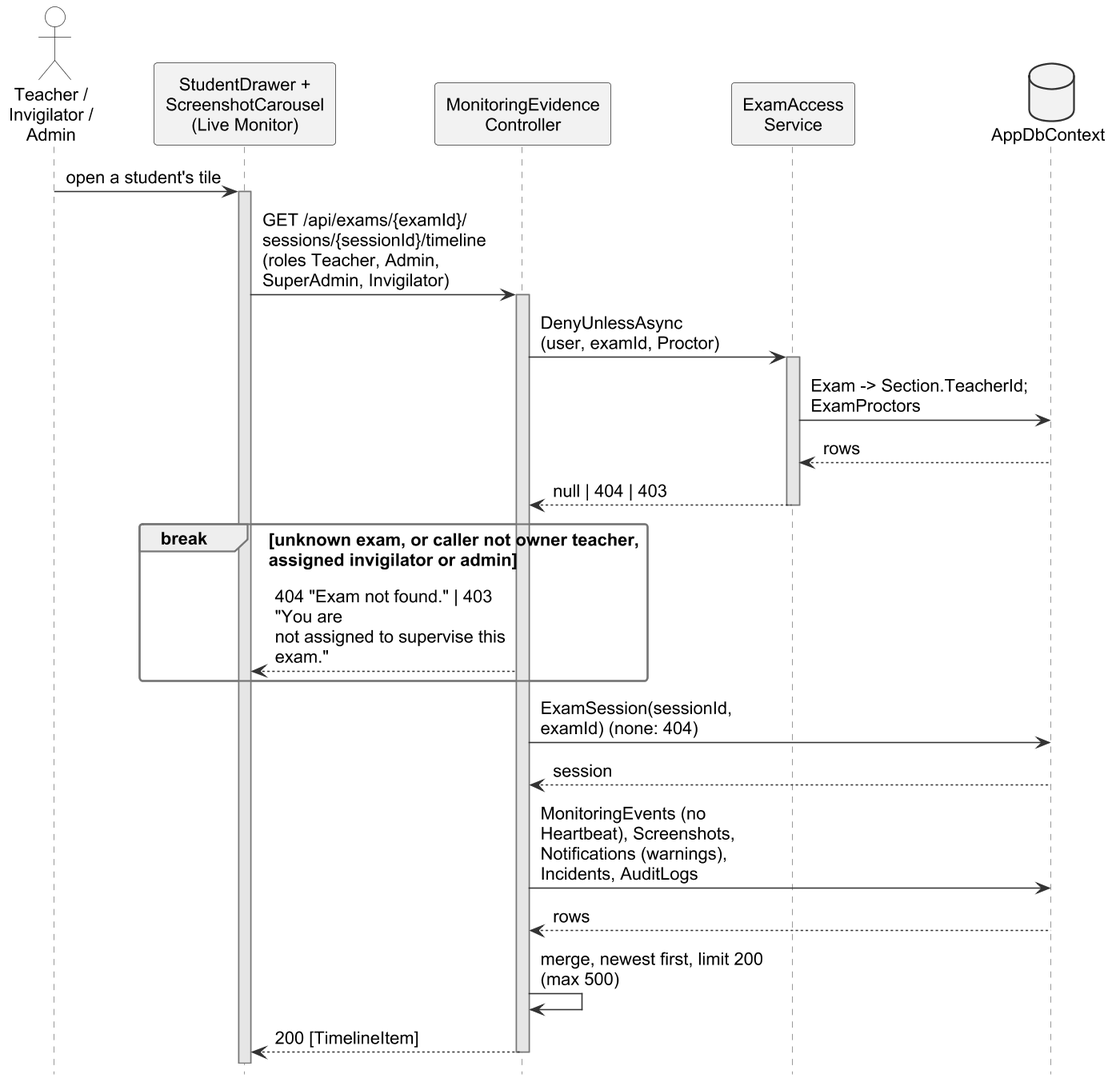
The PlantUML diagram important docs/fyp_doc_3chatp/Figures/seq_view_database.png in Haiderali27-hub/AI-Lab-Monitoring-, before a commit. Its source is kept beside it as important docs/fyp_doc_3chatp/Figures/src/seq_view_database.puml.
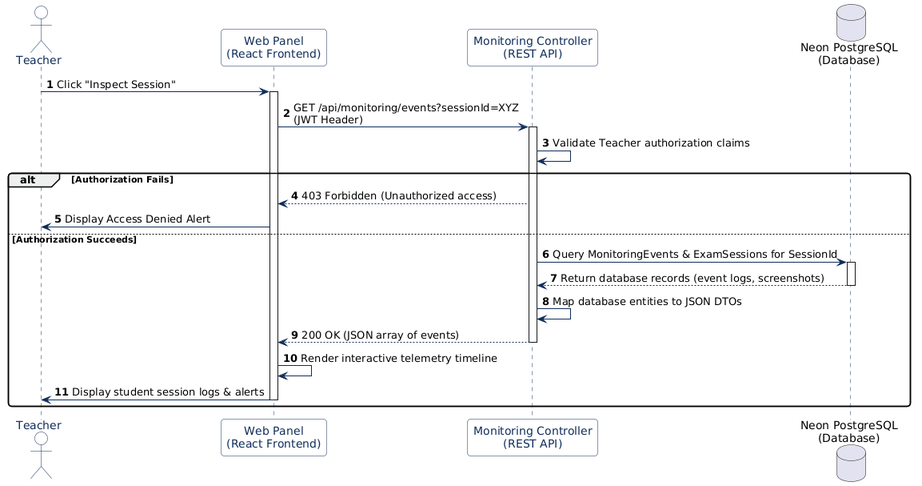
After the change.

Change to the diagram source:
```diff
@@ -2,10 +2,10 @@
 !include style.iuml
 skinparam defaultFontSize 14
 skinparam ArrowFontSize 14
-skinparam maxMessageSize 200
+skinparam maxMessageSize 220
 hide footbox
 hide unlinked
-skinparam ParticipantPadding 2
+skinparam ParticipantPadding 4
 skinparam BoxPadding 0
 skinparam sequence {
   MessageAlign left
@@ -13,7 +13,7 @@
 }
 
 actor "Teacher /\nInvigilator /\nAdmin" as U
-participant "StudentDrawer +\nScreenshotCarousel\n(Live Monitor)" as UI
+participant "Live Monitor\nstudent drawer\n(web panel)" as UI
 participant "MonitoringEvidence\nController" as MC
 participant "ExamAccess\nService" as EA
 participant "Evidence\nStorage" as ES
@@ -21,22 +21,22 @@
 
 U -> UI : open a student's tile
 activate UI
-UI -> MC : GET /api/exams/{examId}/\nsessions/{sessionId}/timeline\n(roles Teacher, Admin,\nSuperAdmin, Invigilator)
+UI -> MC : get session timeline
 activate MC
-MC -> EA : DenyUnlessAsync\n(user, examId, Proctor)
+MC -> EA : check exam access
 activate EA
-EA -> DB : Exam -> Section.TeacherId; ExamProctors
+EA -> DB : exam owner and\nassigned invigilators
 DB --> EA : rows
-EA --> MC : null | 404 | 403
+EA --> MC : allowed, 404 or 403
 deactivate EA
-break unknown exam, or caller not owner teacher,\nassigned invigilator or admin
-  MC --> UI : 404 "Exam not found." | 403 "You are\nnot assigned to supervise this exam."
+break unknown exam (404), or not owner,\nassigned invigilator or admin (403)
+  MC --> UI : 404 or 403
 end
-MC -> DB : ExamSession(sessionId, examId) (none: 404)
+MC -> DB : load session (none: 404)
 DB --> MC : session
-MC -> DB : MonitoringEvents (no Heartbeat), Screenshots,\nNotifications (warnings), Incidents, AuditLogs
+MC -> DB : events (no heartbeats),\nscreenshots, warnings,\nincidents, audit logs
 DB --> MC : rows
-MC -> MC : merge, newest first, limit 200 (max 500)
-MC --> UI : 200 [TimelineItem]
+MC -> MC : merge, newest\nfirst (limit 200)
+MC --> UI : 200 timeline
 deactivate MC
 @enduml
```
